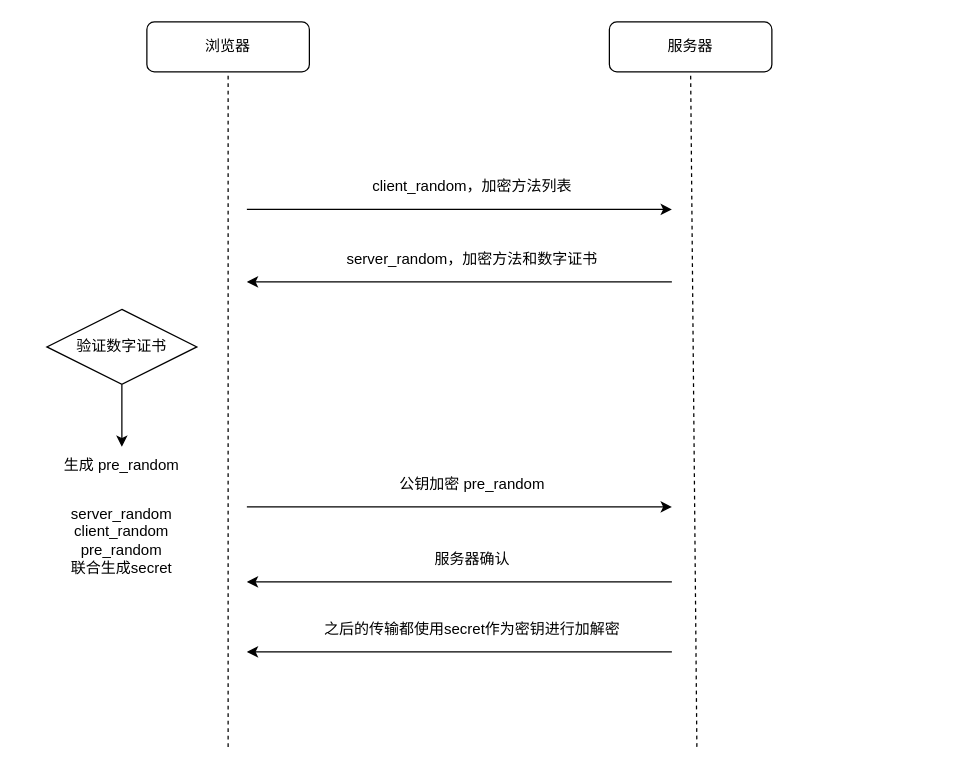
The draw.io diagram HTTPS Diagram.drawio in ZephyrAndMoon/drawIo, before the edit. Source tidied: cells renumbered, new cells numbered last; positions are measured from the earlier drawing's top-left corner, leaving out a move shared by most shapes. Both pictures are drawn from the tidied source at 125%, with x=0, y=0 at pixel (21, 21).
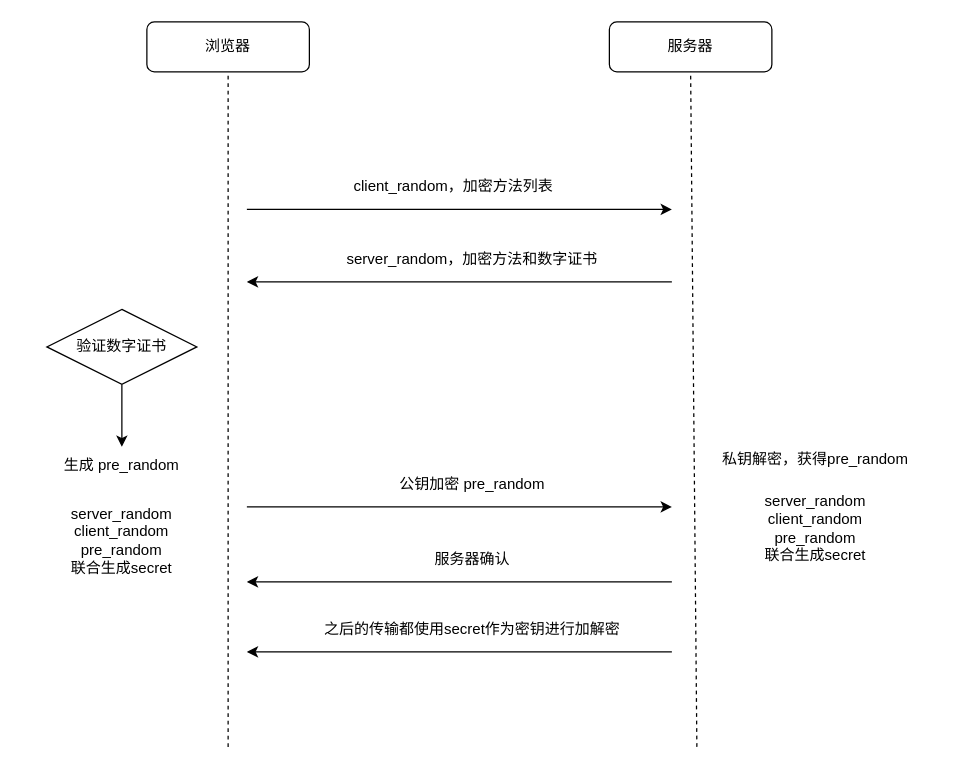
The same page after the edit.

Diff of the diagram source:
```diff
@@
     <mxCell id="7" value="client_random，加密方法列表" style="text;html=1;align=center;verticalAlign=middle;strokeColor=none;fillColor=none;" parent="1" vertex="1">
-      <mxGeometry x="275" y="122" width="170" height="20" as="geometry" />
+      <mxGeometry x="260" y="122" width="170" height="20" as="geometry" />
     </mxCell>
@@
+    <mxCell id="20" value="私钥解密，获得pre_random" style="text;html=1;strokeColor=none;fillColor=none;align=center;verticalAlign=middle;whiteSpace=wrap;rounded=0;" parent="1" vertex="1">
+      <mxGeometry x="540" y="340" width="190" height="20" as="geometry" />
+    </mxCell>
+    <mxCell id="21" value="server_random&lt;br&gt;client_random&lt;br&gt;pre_random&lt;br&gt;联合生成secret" style="text;html=1;strokeColor=none;fillColor=none;align=center;verticalAlign=middle;whiteSpace=wrap;rounded=0;" parent="1" vertex="1">
+      <mxGeometry x="555" y="370" width="160" height="70" as="geometry" />
+    </mxCell>
```
